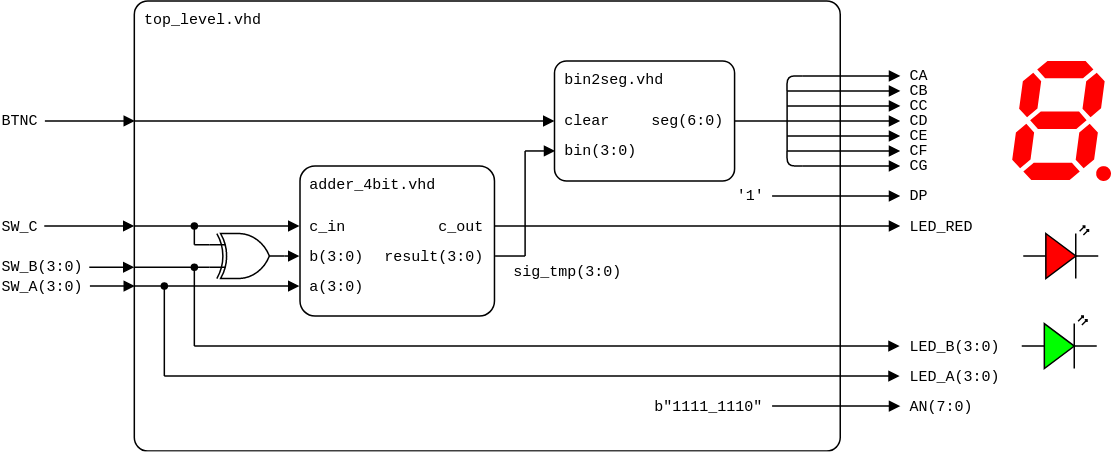
The draw.io diagram lab4-adder/images/top-level_add-sub_structure.png in tomas-fryza/vhdl-course, before a commit. Source tidied: cells renumbered, new cells last; positions are measured from the earlier drawing's top-left corner, leaving out a move shared by most shapes.
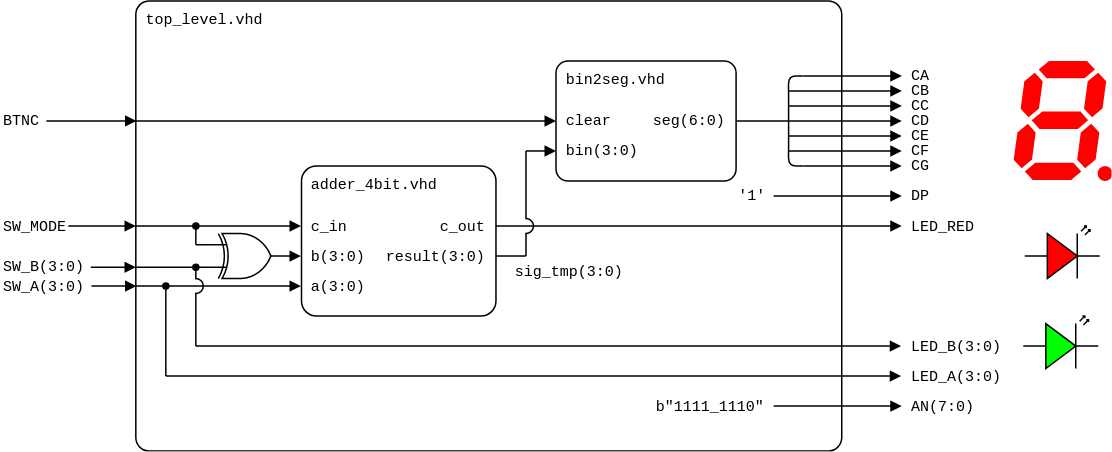
After the commit.

The edit, as a diff of the source:
```diff
@@ -30,8 +30,8 @@
     </mxCell>
     <mxCell id="9" style="endArrow=block;html=1;rounded=0;endFill=1;endSize=5;startSize=5;" parent="1" edge="1">
       <mxGeometry relative="1" as="geometry">
-        <mxPoint x="350.4" y="100" as="sourcePoint" />
-        <mxPoint x="370.4" y="100" as="targetPoint" />
+        <mxPoint x="350" y="100" as="sourcePoint" />
+        <mxPoint x="370" y="100" as="targetPoint" />
       </mxGeometry>
     </mxCell>
     <mxCell id="10" style="endArrow=block;html=1;rounded=0;endFill=1;endSize=5;startSize=5;" parent="1" edge="1">
@@ -137,7 +137,7 @@
     <mxCell id="30" style="endArrow=none;html=1;rounded=0;startArrow=oval;startFill=1;endSize=4;startSize=4;" parent="1" edge="1">
       <mxGeometry relative="1" as="geometry">
         <mxPoint x="130" y="177.5" as="sourcePoint" />
-        <mxPoint x="130" y="230" as="targetPoint" />
+        <mxPoint x="130" y="185.5" as="targetPoint" />
       </mxGeometry>
     </mxCell>
     <mxCell id="31" value="LED_B(3:0)" style="text;html=1;align=left;verticalAlign=middle;whiteSpace=wrap;rounded=0;fontFamily=Courier New;fontSize=10;fillOpacity=100;spacing=2;spacingLeft=5;" parent="1" vertex="1">
@@ -241,14 +241,14 @@
     </mxCell>
     <mxCell id="55" style="endArrow=none;html=1;rounded=0;startArrow=none;startFill=0;endSize=4;startSize=4;" parent="1" edge="1">
       <mxGeometry relative="1" as="geometry">
-        <mxPoint x="350.4" y="100" as="sourcePoint" />
-        <mxPoint x="350.4" y="170" as="targetPoint" />
+        <mxPoint x="350" y="100" as="sourcePoint" />
+        <mxPoint x="350" y="145.5" as="targetPoint" />
       </mxGeometry>
     </mxCell>
     <mxCell id="56" style="endArrow=none;html=1;rounded=0;endFill=0;endSize=5;startSize=5;" parent="1" edge="1">
       <mxGeometry relative="1" as="geometry">
-        <mxPoint x="330.4" y="170" as="sourcePoint" />
-        <mxPoint x="350.4" y="170" as="targetPoint" />
+        <mxPoint x="330" y="170" as="sourcePoint" />
+        <mxPoint x="350" y="170" as="targetPoint" />
       </mxGeometry>
     </mxCell>
     <mxCell id="57" style="endArrow=block;html=1;rounded=0;endFill=1;orthogonal=1;endSize=5;startSize=5;" parent="1" edge="1">
@@ -289,12 +289,30 @@
     </mxCell>
     <mxCell id="65" style="endArrow=block;html=1;rounded=0;endFill=1;endSize=5;startSize=5;" parent="1" edge="1">
       <mxGeometry relative="1" as="geometry">
-        <mxPoint x="30" y="150" as="sourcePoint" />
+        <mxPoint x="45" y="150" as="sourcePoint" />
         <mxPoint x="90" y="150" as="targetPoint" />
       </mxGeometry>
     </mxCell>
-    <mxCell id="66" value="SW_C" style="text;html=1;align=left;verticalAlign=middle;whiteSpace=wrap;rounded=0;fontFamily=Courier New;fontSize=10;fillOpacity=100;spacing=2;spacingLeft=0;" parent="1" vertex="1">
+    <mxCell id="66" value="SW_MODE" style="text;html=1;align=left;verticalAlign=middle;whiteSpace=wrap;rounded=0;fontFamily=Courier New;fontSize=10;fillOpacity=100;spacing=2;spacingLeft=0;" parent="1" vertex="1">
       <mxGeometry y="140" width="40" height="20" as="geometry" />
     </mxCell>
+    <mxCell id="67" style="verticalLabelPosition=bottom;verticalAlign=top;html=1;shape=mxgraph.basic.arc;startAngle=0.75;endAngle=0.25;rotation=90;" parent="1" vertex="1">
+      <mxGeometry x="345" y="145" width="10" height="10" as="geometry" />
+    </mxCell>
+    <mxCell id="68" style="verticalLabelPosition=bottom;verticalAlign=top;html=1;shape=mxgraph.basic.arc;startAngle=0.75;endAngle=0.25;rotation=90;" parent="1" vertex="1">
+      <mxGeometry x="125" y="185" width="10" height="10" as="geometry" />
+    </mxCell>
+    <mxCell id="69" style="endArrow=none;html=1;rounded=0;startArrow=none;startFill=0;endSize=4;startSize=4;" parent="1" edge="1">
+      <mxGeometry relative="1" as="geometry">
+        <mxPoint x="130" y="194.5" as="sourcePoint" />
+        <mxPoint x="130" y="230" as="targetPoint" />
+      </mxGeometry>
+    </mxCell>
+    <mxCell id="70" style="endArrow=none;html=1;rounded=0;startArrow=none;startFill=0;endSize=4;startSize=4;" parent="1" edge="1">
+      <mxGeometry relative="1" as="geometry">
+        <mxPoint x="350" y="154.5" as="sourcePoint" />
+        <mxPoint x="350" y="170" as="targetPoint" />
+      </mxGeometry>
+    </mxCell>
   </root>
 </mxGraphModel>
```
